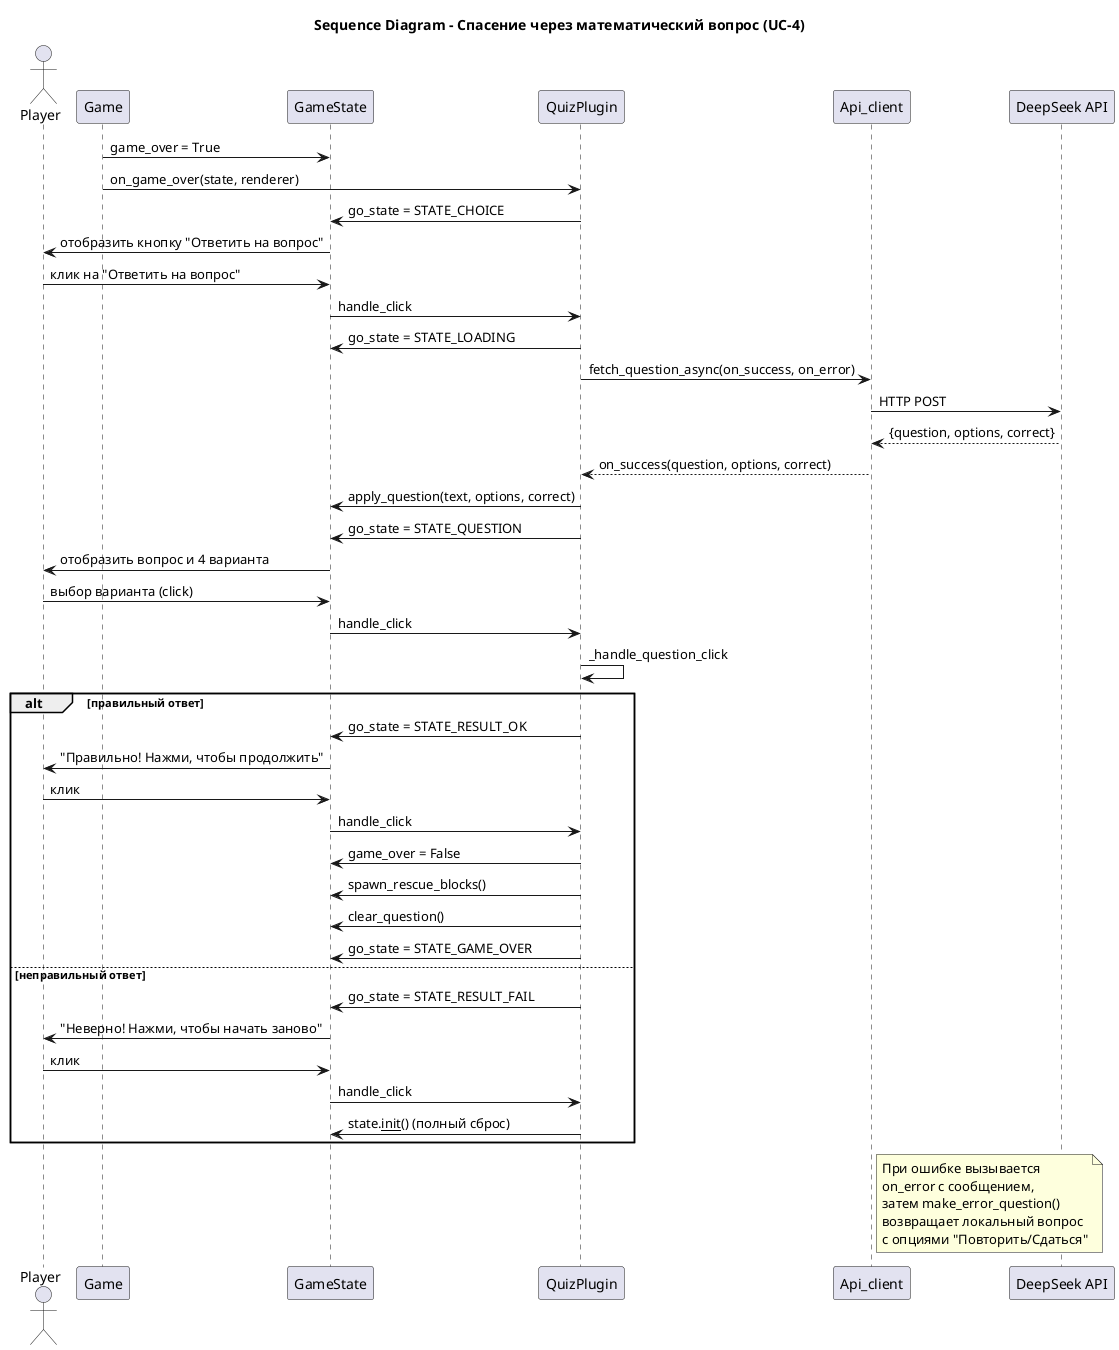
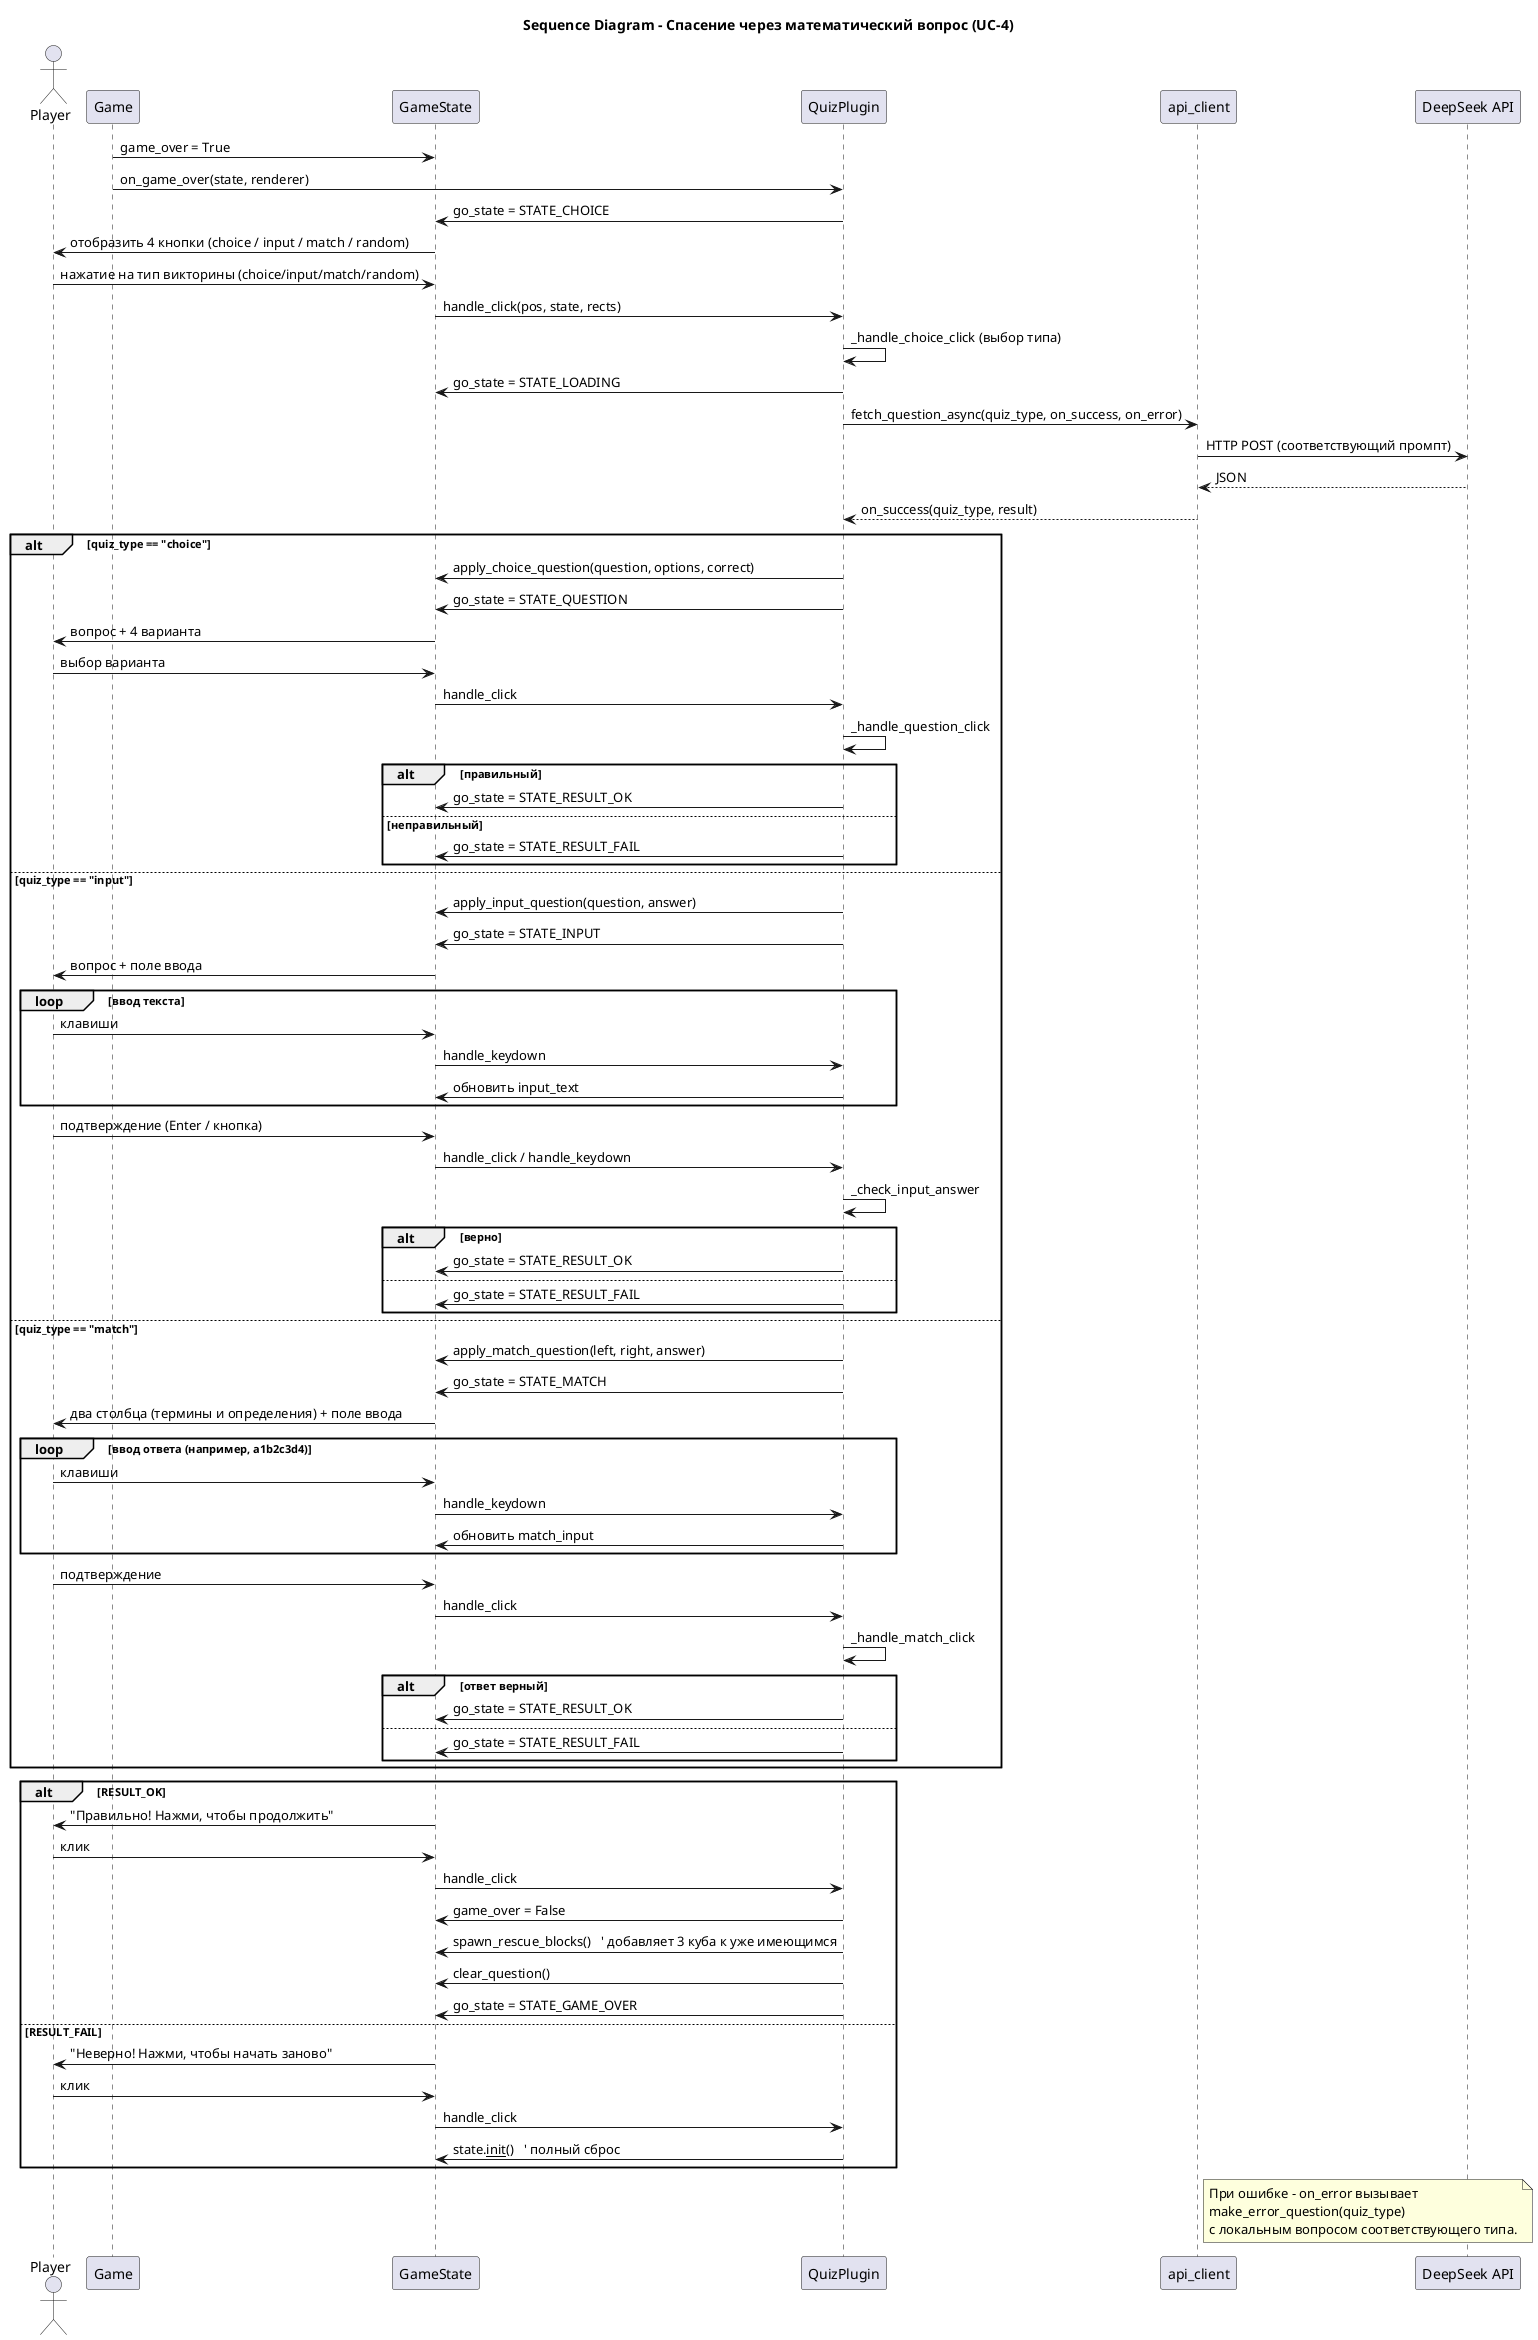
@startuml
title Sequence Diagram - Спасение через математический вопрос (UC-4)

actor "Player" as P
participant "Game" as G
participant "GameState" as GS
participant "QuizPlugin" as QP
- participant "Api_client" as API
+ participant "api_client" as API
participant "DeepSeek API" as DS

G -> GS : game_over = True
G -> QP : on_game_over(state, renderer)
QP -> GS : go_state = STATE_CHOICE
- GS -> P : отобразить кнопку "Ответить на вопрос"
+ GS -> P : отобразить 4 кнопки (choice / input / match / random)

- P -> GS : клик на "Ответить на вопрос"
- GS -> QP : handle_click
+ P -> GS : нажатие на тип викторины (choice/input/match/random)
+ GS -> QP : handle_click(pos, state, rects)
+ QP -> QP : _handle_choice_click (выбор типа)
QP -> GS : go_state = STATE_LOADING
- QP -> API : fetch_question_async(on_success, on_error)
- API -> DS : HTTP POST
- DS --> API : {question, options, correct}
- API --> QP : on_success(question, options, correct)
- QP -> GS : apply_question(text, options, correct)
- QP -> GS : go_state = STATE_QUESTION
+ QP -> API : fetch_question_async(quiz_type, on_success, on_error)

- GS -> P : отобразить вопрос и 4 варианта
- P -> GS : выбор варианта (click)
- GS -> QP : handle_click
- QP -> QP : _handle_question_click
- alt правильный ответ
-     QP -> GS : go_state = STATE_RESULT_OK
+ API -> DS : HTTP POST (соответствующий промпт)
+ DS --> API : JSON
+ API --> QP : on_success(quiz_type, result)
+ 
+ alt quiz_type == "choice"
+     QP -> GS : apply_choice_question(question, options, correct)
+     QP -> GS : go_state = STATE_QUESTION
+     GS -> P : вопрос + 4 варианта
+     P -> GS : выбор варианта
+     GS -> QP : handle_click
+     QP -> QP : _handle_question_click
+     alt правильный
+         QP -> GS : go_state = STATE_RESULT_OK
+     else неправильный
+         QP -> GS : go_state = STATE_RESULT_FAIL
+     end
+ 
+ else quiz_type == "input"
+     QP -> GS : apply_input_question(question, answer)
+     QP -> GS : go_state = STATE_INPUT
+     GS -> P : вопрос + поле ввода
+     loop ввод текста
+         P -> GS : клавиши
+         GS -> QP : handle_keydown
+         QP -> GS : обновить input_text
+     end
+     P -> GS : подтверждение (Enter / кнопка)
+     GS -> QP : handle_click / handle_keydown
+     QP -> QP : _check_input_answer
+     alt верно
+         QP -> GS : go_state = STATE_RESULT_OK
+     else
+         QP -> GS : go_state = STATE_RESULT_FAIL
+     end
+ 
+ else quiz_type == "match"
+     QP -> GS : apply_match_question(left, right, answer)
+     QP -> GS : go_state = STATE_MATCH
+     GS -> P : два столбца (термины и определения) + поле ввода
+     loop ввод ответа (например, a1b2c3d4)
+         P -> GS : клавиши
+         GS -> QP : handle_keydown
+         QP -> GS : обновить match_input
+     end
+     P -> GS : подтверждение
+     GS -> QP : handle_click
+     QP -> QP : _handle_match_click
+     alt ответ верный
+         QP -> GS : go_state = STATE_RESULT_OK
+     else
+         QP -> GS : go_state = STATE_RESULT_FAIL
+     end
+ end
+ 
+ alt RESULT_OK
    GS -> P : "Правильно! Нажми, чтобы продолжить"
    P -> GS : клик
    GS -> QP : handle_click
    QP -> GS : game_over = False
-     QP -> GS : spawn_rescue_blocks()
+     QP -> GS : spawn_rescue_blocks()   ' добавляет 3 куба к уже имеющимся
    QP -> GS : clear_question()
    QP -> GS : go_state = STATE_GAME_OVER
- else неправильный ответ
-     QP -> GS : go_state = STATE_RESULT_FAIL
+ else RESULT_FAIL
    GS -> P : "Неверно! Нажми, чтобы начать заново"
    P -> GS : клик
    GS -> QP : handle_click
-     QP -> GS : state.__init__() (полный сброс)
+     QP -> GS : state.__init__()   ' полный сброс
end

note right of API
-     При ошибке вызывается
-     on_error с сообщением,
-     затем make_error_question()
-     возвращает локальный вопрос
-     с опциями "Повторить/Сдаться"
+     При ошибке – on_error вызывает
+     make_error_question(quiz_type)
+     с локальным вопросом соответствующего типа.
end note
@enduml
